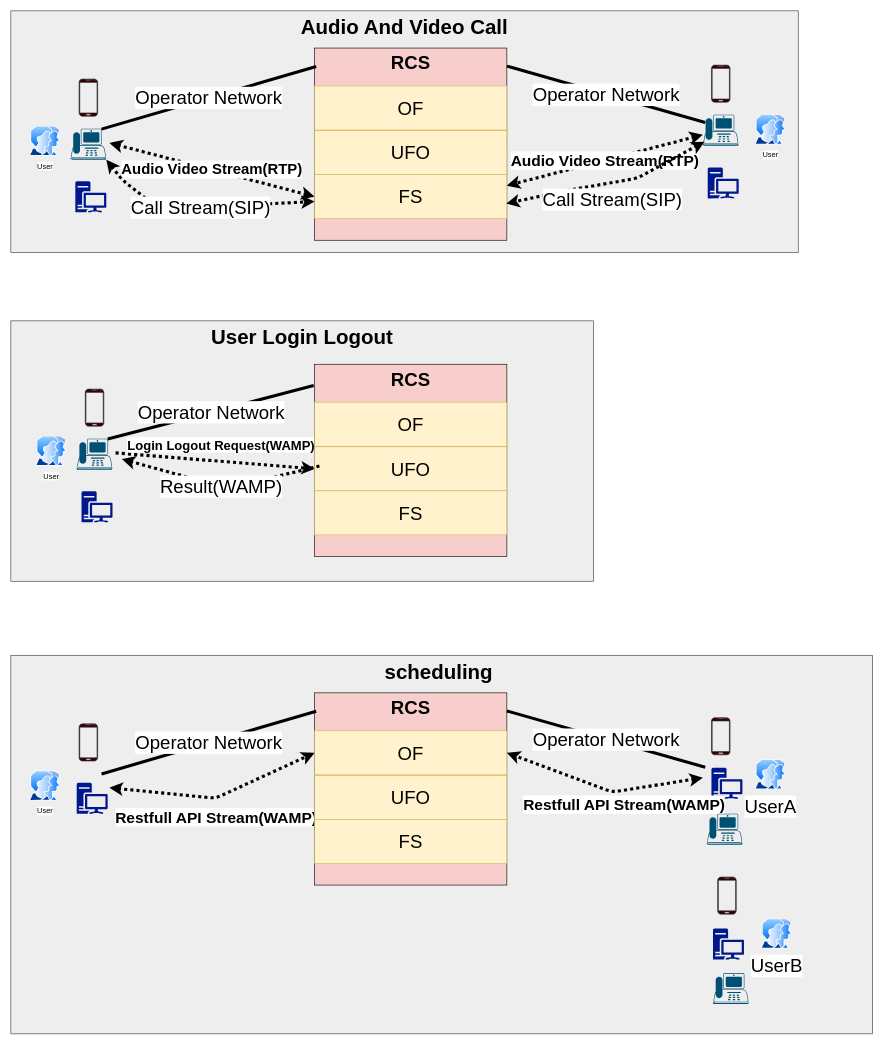
Above: RCS 数据流图.drawio in uyuy2043/yy (draw.io), before the change. Source tidied: cells renumbered, new cells numbered last; positions are measured from the earlier drawing's top-left corner, leaving out a move shared by most shapes. Both pictures are drawn from the tidied source at 62%, with x=0, y=0 at pixel (11, 11).
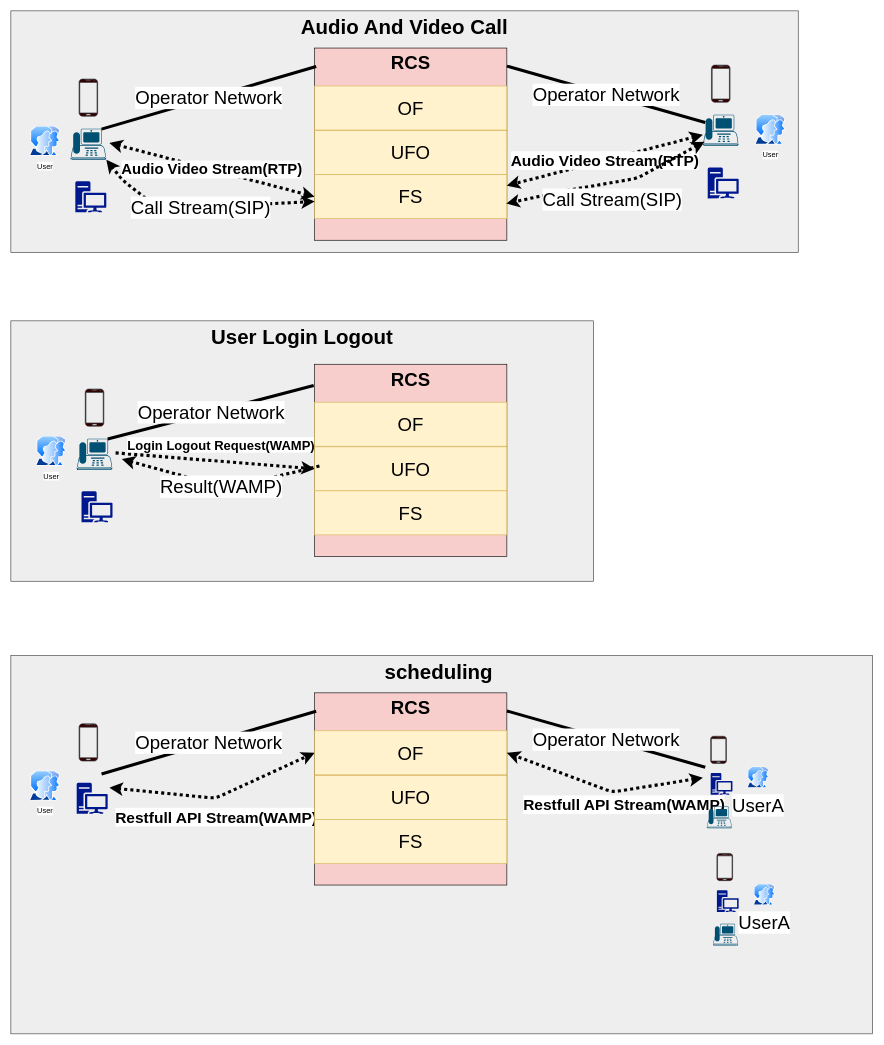
The same page after the edit.

Commit message (it also covers changes not shown here):
更新RCS 数据流图.drawio

The change refers to these unchanged cells:
```xml
<mxCell id="41" value="RCS" style="whiteSpace=wrap;html=1;rounded=0;fillColor=#F8CECC;fontSize=30;align=center;fontStyle=1;verticalAlign=top;" parent="40" vertex="1">
  <mxGeometry width="310" height="310" as="geometry" />
</mxCell>
<mxCell id="44" value="OF" style="rounded=0;whiteSpace=wrap;html=1;fillColor=#fff2cc;fontSize=30;align=center;strokeColor=#d6b656;" parent="40" vertex="1">
  <mxGeometry y="61.2" width="310" height="71" as="geometry" />
</mxCell>
```

The edit, as a diff of the source:
```diff
@@
+    <mxCell id="49" value="Operator Network" style="endArrow=none;html=1;strokeWidth=5;fontSize=30;entryX=1;entryY=0.094;entryDx=0;entryDy=0;entryPerimeter=0;exitX=0.065;exitY=0.25;exitDx=0;exitDy=0;exitPerimeter=0;" parent="1" edge="1" target="41">
+      <mxGeometry relative="1" as="geometry">
+        <mxPoint x="1120" y="1220" as="sourcePoint" />
+      </mxGeometry>
+    </mxCell>
+    <mxCell id="50" value="Restfull API Stream(WAMP)" style="endArrow=classic;html=1;fontSize=25;strokeWidth=5;entryX=1;entryY=0.5;entryDx=0;entryDy=0;startArrow=classic;startFill=1;dashed=1;dashPattern=1 1;fontStyle=1;" parent="1" edge="1" target="44">
+      <mxGeometry x="-0.2" y="23" relative="1" as="geometry">
+        <mxPoint x="1116.2" y="1237" as="sourcePoint" />
+        <Array as="points">
+          <mxPoint x="970" y="1260" />
+        </Array>
+      </mxGeometry>
+    </mxCell>
+    <mxCell id="56" style="group;" parent="1" vertex="1">
+      <mxGeometry x="1122.5" y="1170" width="107.5" height="150" as="geometry" />
+    </mxCell>
-    <mxCell id="46" value="UserA" style="perimeter=ellipsePerimeter;html=1;align=center;shadow=0;dashed=0;spacingTop=3;image;image=img/lib/active_directory/user_accounts.svg;fillColor=#330000;fontSize=30;" parent="1" vertex="1">
-      <mxGeometry x="1200" y="1207.5" width="50" height="48.5" as="geometry" />
+    <mxCell id="46" value="UserA" style="perimeter=ellipsePerimeter;html=1;align=center;shadow=0;dashed=0;spacingTop=3;image;image=img/lib/active_directory/user_accounts.svg;fillColor=#330000;fontSize=30;" parent="56" vertex="1">
+      <mxGeometry x="65.3" y="49.4" width="35.1" height="34.1" as="geometry" />
     </mxCell>
-    <mxCell id="47" style="verticalLabelPosition=bottom;verticalAlign=top;html=1;shadow=0;dashed=0;strokeWidth=1;shape=mxgraph.android.phone2;strokeColor=#36393d;fillColor=#330000;" parent="1" vertex="1">
-      <mxGeometry x="1130" y="1140" width="30" height="60" as="geometry" />
+    <mxCell id="47" style="verticalLabelPosition=bottom;verticalAlign=top;html=1;shadow=0;dashed=0;strokeWidth=1;shape=mxgraph.android.phone2;strokeColor=#36393d;fillColor=#330000;" parent="56" vertex="1">
+      <mxGeometry x="6.3" width="25.3" height="43.9" as="geometry" />
     </mxCell>
-    <mxCell id="48" style="shadow=0;dashed=0;html=1;strokeColor=none;labelPosition=center;verticalLabelPosition=bottom;verticalAlign=top;align=center;fillColor=#00188D;shape=mxgraph.mscae.enterprise.workstation_client;rounded=0;fontSize=30;" parent="1" vertex="1">
-      <mxGeometry x="1130" y="1221" width="50" height="50" as="geometry" />
+    <mxCell id="48" style="shadow=0;dashed=0;html=1;strokeColor=none;labelPosition=center;verticalLabelPosition=bottom;verticalAlign=top;align=center;fillColor=#00188D;shape=mxgraph.mscae.enterprise.workstation_client;rounded=0;fontSize=30;" parent="56" vertex="1">
+      <mxGeometry x="6.3" y="59.3" width="35.1" height="35.1" as="geometry" />
     </mxCell>
-    <mxCell id="49" value="Operator Network" style="endArrow=none;html=1;strokeWidth=5;fontSize=30;entryX=1;entryY=0.094;entryDx=0;entryDy=0;entryPerimeter=0;exitX=0.065;exitY=0.25;exitDx=0;exitDy=0;exitPerimeter=0;" parent="1" edge="1" target="41">
-      <mxGeometry relative="1" as="geometry">
-        <mxPoint x="1120" y="1220" as="sourcePoint" />
-      </mxGeometry>
-    </mxCell>
-    <mxCell id="50" value="Restfull API Stream(WAMP)" style="endArrow=classic;html=1;fontSize=25;strokeWidth=5;entryX=1;entryY=0.5;entryDx=0;entryDy=0;startArrow=classic;startFill=1;dashed=1;dashPattern=1 1;fontStyle=1;" parent="1" edge="1" target="44">
-      <mxGeometry x="-0.2" y="23" relative="1" as="geometry">
-        <mxPoint x="1116.2" y="1237" as="sourcePoint" />
-        <Array as="points">
-          <mxPoint x="970" y="1260" />
-        </Array>
-      </mxGeometry>
-    </mxCell>
-    <mxCell id="51" style="verticalLabelPosition=bottom;html=1;verticalAlign=top;align=center;shape=mxgraph.cisco19.ip_phone;fillColor=#005073;strokeColor=none;" parent="1" vertex="1">
-      <mxGeometry x="1122.5" y="1295" width="57.5" height="50" as="geometry" />
+    <mxCell id="51" style="verticalLabelPosition=bottom;html=1;verticalAlign=top;align=center;shape=mxgraph.cisco19.ip_phone;fillColor=#005073;strokeColor=none;" parent="56" vertex="1">
+      <mxGeometry y="113.4" width="40.4" height="35.1" as="geometry" />
     </mxCell>
-    <mxCell id="52" value="UserB" style="perimeter=ellipsePerimeter;html=1;align=center;shadow=0;dashed=0;spacingTop=3;image;image=img/lib/active_directory/user_accounts.svg;fillColor=#330000;fontSize=30;" parent="1" vertex="1">
-      <mxGeometry x="1210" y="1464.5" width="50" height="48.5" as="geometry" />
-    </mxCell>
-    <mxCell id="53" style="verticalLabelPosition=bottom;verticalAlign=top;html=1;shadow=0;dashed=0;strokeWidth=1;shape=mxgraph.android.phone2;strokeColor=#36393d;fillColor=#330000;" parent="1" vertex="1">
-      <mxGeometry x="1140" y="1397" width="30" height="60" as="geometry" />
-    </mxCell>
-    <mxCell id="54" style="shadow=0;dashed=0;html=1;strokeColor=none;labelPosition=center;verticalLabelPosition=bottom;verticalAlign=top;align=center;fillColor=#00188D;shape=mxgraph.mscae.enterprise.workstation_client;rounded=0;fontSize=30;" parent="1" vertex="1">
-      <mxGeometry x="1132.5" y="1480" width="50" height="50" as="geometry" />
-    </mxCell>
-    <mxCell id="55" style="verticalLabelPosition=bottom;html=1;verticalAlign=top;align=center;shape=mxgraph.cisco19.ip_phone;fillColor=#005073;strokeColor=none;" parent="1" vertex="1">
-      <mxGeometry x="1132.5" y="1552" width="57.5" height="50" as="geometry" />
-    </mxCell>
+    <mxCell id="57" style="group;" parent="1" vertex="1">
+      <mxGeometry x="1132.5" y="1359" width="107.5" height="150" as="geometry" />
+    </mxCell>
+    <mxCell id="58" value="UserA" style="perimeter=ellipsePerimeter;html=1;align=center;shadow=0;dashed=0;spacingTop=3;image;image=img/lib/active_directory/user_accounts.svg;fillColor=#330000;fontSize=30;" parent="57" vertex="1">
+      <mxGeometry x="65.3" y="49.4" width="35.1" height="34.1" as="geometry" />
+    </mxCell>
+    <mxCell id="59" style="verticalLabelPosition=bottom;verticalAlign=top;html=1;shadow=0;dashed=0;strokeWidth=1;shape=mxgraph.android.phone2;strokeColor=#36393d;fillColor=#330000;" parent="57" vertex="1">
+      <mxGeometry x="6.3" width="25.3" height="43.9" as="geometry" />
+    </mxCell>
+    <mxCell id="60" style="shadow=0;dashed=0;html=1;strokeColor=none;labelPosition=center;verticalLabelPosition=bottom;verticalAlign=top;align=center;fillColor=#00188D;shape=mxgraph.mscae.enterprise.workstation_client;rounded=0;fontSize=30;" parent="57" vertex="1">
+      <mxGeometry x="6.3" y="59.3" width="35.1" height="35.1" as="geometry" />
+    </mxCell>
+    <mxCell id="61" style="verticalLabelPosition=bottom;html=1;verticalAlign=top;align=center;shape=mxgraph.cisco19.ip_phone;fillColor=#005073;strokeColor=none;" parent="57" vertex="1">
+      <mxGeometry y="113.4" width="40.4" height="35.1" as="geometry" />
+    </mxCell>
```
